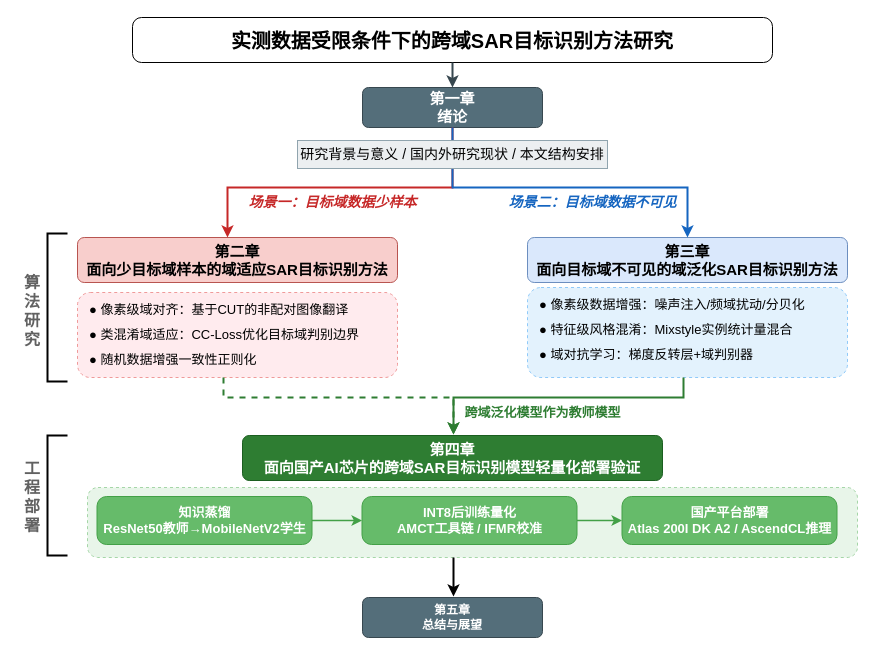
The draw.io diagram figures/论文结构图.drawio in swydefence/nudtpaper, before the edit. Source tidied: cells renumbered, new cells numbered last; positions are measured from the earlier drawing's top-left corner, leaving out a move shared by most shapes. Both pictures are drawn from the tidied source at 100%, with x=0, y=0 at pixel (17, 17).
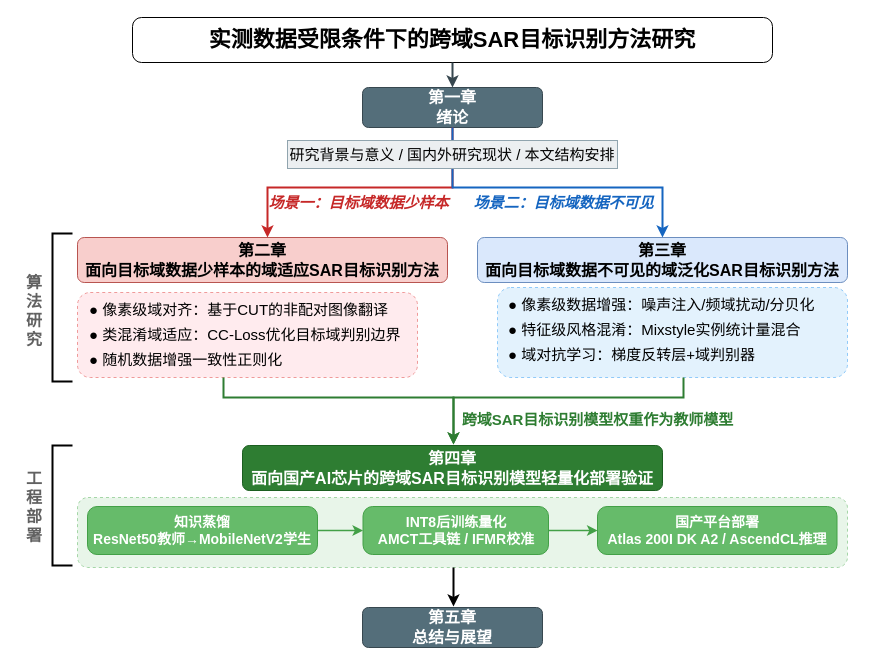
Above is the later version.

Diff of the diagram source:
```diff
@@
-    <mxCell id="2" value="&lt;font style=&quot;font-size: 20px;&quot;&gt;实测数据受限条件下的跨域SAR目标识别方法研究&lt;/font&gt;" style="rounded=1;whiteSpace=wrap;html=1;fontSize=14;fontStyle=1;arcSize=20;shadow=0;align=center;verticalAlign=middle;" parent="1" vertex="1">
+    <mxCell id="2" value="&lt;font style=&quot;font-size: 22px;&quot;&gt;实测数据受限条件下的跨域SAR目标识别方法研究&lt;/font&gt;" style="rounded=1;whiteSpace=wrap;html=1;fontSize=14;fontStyle=1;arcSize=20;shadow=0;align=center;verticalAlign=middle;" parent="1" vertex="1">
       <mxGeometry x="115" width="640" height="45" as="geometry" />
     </mxCell>
-    <mxCell id="3" value="&lt;font style=&quot;font-size: 15px;&quot;&gt;第一章&lt;br&gt;绪论&lt;/font&gt;" style="rounded=1;whiteSpace=wrap;html=1;fillColor=#546e7a;fontColor=#ffffff;strokeColor=#37474f;fontSize=12;fontStyle=1;arcSize=15;shadow=0;" parent="1" vertex="1">
+    <mxCell id="3" value="&lt;font style=&quot;font-size: 16px;&quot;&gt;第一章&lt;br&gt;绪论&lt;/font&gt;" style="rounded=1;whiteSpace=wrap;html=1;fillColor=#546e7a;fontColor=#ffffff;strokeColor=#37474f;fontSize=12;fontStyle=1;arcSize=15;shadow=0;" parent="1" vertex="1">
       <mxGeometry x="345" y="70" width="180" height="40" as="geometry" />
     </mxCell>
@@
-    <mxCell id="5" value="&lt;font style=&quot;font-size: 14px;&quot;&gt;场景一：目标域数据少样本&lt;/font&gt;" style="text;html=1;align=center;verticalAlign=middle;strokeColor=none;fillColor=none;fontSize=10;fontStyle=3;fontColor=#c62828;" parent="1" vertex="1">
-      <mxGeometry x="220" y="170" width="190" height="30" as="geometry" />
+    <mxCell id="5" value="&lt;font style=&quot;font-size: 15px;&quot;&gt;场景一：目标域数据少样本&lt;/font&gt;" style="text;html=1;align=center;verticalAlign=middle;strokeColor=none;fillColor=none;fontSize=10;fontStyle=3;fontColor=#c62828;" parent="1" vertex="1">
+      <mxGeometry x="241" y="170" width="200" height="30" as="geometry" />
     </mxCell>
-    <mxCell id="6" value="&lt;font style=&quot;font-size: 14px;&quot;&gt;场景二：目标域数据不可见&lt;/font&gt;" style="text;html=1;align=center;verticalAlign=middle;strokeColor=none;fillColor=none;fontSize=10;fontStyle=3;fontColor=#1565c0;" parent="1" vertex="1">
-      <mxGeometry x="480" y="170" width="190" height="30" as="geometry" />
+    <mxCell id="6" value="&lt;font style=&quot;font-size: 15px;&quot;&gt;场景二：目标域数据不可见&lt;/font&gt;" style="text;html=1;align=center;verticalAlign=middle;strokeColor=none;fillColor=none;fontSize=10;fontStyle=3;fontColor=#1565c0;" parent="1" vertex="1">
+      <mxGeometry x="446" y="170" width="200" height="30" as="geometry" />
     </mxCell>
-    <mxCell id="7" value="&lt;font style=&quot;font-size: 15px;&quot;&gt;第二章&lt;br&gt;面向少目标域样本的域适应SAR目标识别方法&lt;/font&gt;" style="rounded=1;whiteSpace=wrap;html=1;fillColor=#f8cecc;strokeColor=#b85450;fontSize=11;fontStyle=1;arcSize=15;shadow=0;" parent="1" vertex="1">
-      <mxGeometry x="60" y="220" width="320" height="45" as="geometry" />
+    <mxCell id="7" value="&lt;font style=&quot;font-size: 16px;&quot;&gt;第二章&lt;br&gt;面向目标域数据少样本的域适应SAR目标识别方法&lt;/font&gt;" style="rounded=1;whiteSpace=wrap;html=1;fillColor=#f8cecc;strokeColor=#b85450;fontSize=11;fontStyle=1;arcSize=15;shadow=0;" parent="1" vertex="1">
+      <mxGeometry x="60" y="220" width="370" height="45" as="geometry" />
     </mxCell>
     <mxCell id="8" style="edgeStyle=orthogonalEdgeStyle;rounded=0;jettySize=auto;html=1;strokeColor=#c62828;strokeWidth=2;" parent="1" edge="1" source="3" target="7">
       <mxGeometry relative="1" as="geometry">
         <Array as="points">
           <mxPoint x="435" y="170" />
-          <mxPoint x="210" y="170" />
+          <mxPoint x="250" y="170" />
         </Array>
       </mxGeometry>
     </mxCell>
-    <mxCell id="9" style="rounded=1;whiteSpace=wrap;html=1;fillColor=#ffebee;strokeColor=#ef9a9a;dashed=1;" parent="1" vertex="1">
-      <mxGeometry x="60" y="275" width="320" height="85" as="geometry" />
+    <mxCell id="9" style="rounded=1;whiteSpace=wrap;html=1;fillColor=#ffebee;strokeColor=#ef9a9a;dashed=1;fontSize=15;" parent="1" vertex="1">
+      <mxGeometry x="60" y="275" width="340" height="85" as="geometry" />
     </mxCell>
-    <mxCell id="10" value="&lt;font style=&quot;font-size: 13px;&quot;&gt;● 像素级域对齐：基于CUT的非配对图像翻译&lt;/font&gt;" style="text;html=1;align=left;verticalAlign=middle;strokeColor=none;fillColor=none;fontSize=10;" parent="1" vertex="1">
-      <mxGeometry x="70" y="277" width="280" height="30" as="geometry" />
+    <mxCell id="10" value="&lt;font style=&quot;font-size: 15px;&quot;&gt;● 像素级域对齐：基于CUT的非配对图像翻译&lt;/font&gt;" style="text;html=1;align=left;verticalAlign=middle;strokeColor=none;fillColor=none;fontSize=15;" parent="1" vertex="1">
+      <mxGeometry x="70" y="277" width="320" height="30" as="geometry" />
     </mxCell>
-    <mxCell id="11" value="&lt;font style=&quot;font-size: 13px;&quot;&gt;● 类混淆域适应：CC-Loss优化目标域判别边界&lt;/font&gt;" style="text;html=1;align=left;verticalAlign=middle;strokeColor=none;fillColor=none;fontSize=10;" parent="1" vertex="1">
-      <mxGeometry x="70" y="302" width="290" height="30" as="geometry" />
+    <mxCell id="11" value="&lt;font style=&quot;font-size: 15px;&quot;&gt;● 类混淆域适应：CC-Loss优化目标域判别边界&lt;/font&gt;" style="text;html=1;align=left;verticalAlign=middle;strokeColor=none;fillColor=none;fontSize=15;" parent="1" vertex="1">
+      <mxGeometry x="70" y="302" width="340" height="30" as="geometry" />
     </mxCell>
-    <mxCell id="12" value="&lt;font style=&quot;font-size: 13px;&quot;&gt;● 随机数据增强一致性正则化&lt;/font&gt;" style="text;html=1;align=left;verticalAlign=middle;strokeColor=none;fillColor=none;fontSize=10;" parent="1" vertex="1">
-      <mxGeometry x="70" y="327" width="190" height="30" as="geometry" />
+    <mxCell id="12" value="&lt;font style=&quot;font-size: 15px;&quot;&gt;● 随机数据增强一致性正则化&lt;/font&gt;" style="text;html=1;align=left;verticalAlign=middle;strokeColor=none;fillColor=none;fontSize=15;" parent="1" vertex="1">
+      <mxGeometry x="70" y="327" width="220" height="30" as="geometry" />
     </mxCell>
-    <mxCell id="13" value="&lt;font style=&quot;font-size: 15px;&quot;&gt;第三章&lt;br&gt;面向目标域不可见的域泛化SAR目标识别方法&lt;/font&gt;" style="rounded=1;whiteSpace=wrap;html=1;fillColor=#dae8fc;strokeColor=#6c8ebf;fontSize=11;fontStyle=1;arcSize=15;shadow=0;" parent="1" vertex="1">
-      <mxGeometry x="510" y="220" width="320" height="45" as="geometry" />
+    <mxCell id="13" value="&lt;font style=&quot;font-size: 16px;&quot;&gt;第三章&lt;br&gt;面向目标域数据不可见的域泛化SAR目标识别方法&lt;/font&gt;" style="rounded=1;whiteSpace=wrap;html=1;fillColor=#dae8fc;strokeColor=#6c8ebf;fontSize=11;fontStyle=1;arcSize=15;shadow=0;" parent="1" vertex="1">
+      <mxGeometry x="460" y="220" width="370" height="45" as="geometry" />
     </mxCell>
     <mxCell id="14" style="edgeStyle=orthogonalEdgeStyle;rounded=0;jettySize=auto;html=1;strokeColor=#1565c0;strokeWidth=2;" parent="1" edge="1" source="3" target="13">
       <mxGeometry relative="1" as="geometry">
         <Array as="points">
           <mxPoint x="435" y="170" />
-          <mxPoint x="670" y="170" />
+          <mxPoint x="645" y="170" />
         </Array>
       </mxGeometry>
     </mxCell>
-    <mxCell id="15" style="rounded=1;whiteSpace=wrap;html=1;fillColor=#e3f2fd;strokeColor=#90caf9;dashed=1;" parent="1" vertex="1">
-      <mxGeometry x="510" y="270" width="320" height="90" as="geometry" />
+    <mxCell id="15" style="rounded=1;whiteSpace=wrap;html=1;fillColor=#e3f2fd;strokeColor=#90caf9;dashed=1;fontSize=15;" parent="1" vertex="1">
+      <mxGeometry x="480" y="270" width="350" height="90" as="geometry" />
     </mxCell>
-    <mxCell id="16" value="&lt;font style=&quot;font-size: 13px;&quot;&gt;● 像素级数据增强：噪声注入/频域扰动/分贝化&lt;/font&gt;" style="text;html=1;align=left;verticalAlign=middle;strokeColor=none;fillColor=none;fontSize=10;" parent="1" vertex="1">
-      <mxGeometry x="520" y="272" width="290" height="30" as="geometry" />
+    <mxCell id="16" value="&lt;font style=&quot;font-size: 15px;&quot;&gt;● 像素级数据增强：噪声注入/频域扰动/分贝化&lt;/font&gt;" style="text;html=1;align=left;verticalAlign=middle;strokeColor=none;fillColor=none;fontSize=15;" parent="1" vertex="1">
+      <mxGeometry x="489" y="272" width="330" height="30" as="geometry" />
     </mxCell>
-    <mxCell id="17" value="&lt;font style=&quot;font-size: 13px;&quot;&gt;● 特征级风格混淆：Mixstyle实例统计量混合&lt;/font&gt;" style="text;html=1;align=left;verticalAlign=middle;strokeColor=none;fillColor=none;fontSize=10;" parent="1" vertex="1">
-      <mxGeometry x="520" y="297" width="280" height="30" as="geometry" />
+    <mxCell id="17" value="&lt;font style=&quot;font-size: 15px;&quot;&gt;● 特征级风格混淆：Mixstyle实例统计量混合&lt;/font&gt;" style="text;html=1;align=left;verticalAlign=middle;strokeColor=none;fillColor=none;fontSize=15;" parent="1" vertex="1">
+      <mxGeometry x="489" y="297" width="320" height="30" as="geometry" />
     </mxCell>
-    <mxCell id="18" value="&lt;font style=&quot;font-size: 13px;&quot;&gt;● 域对抗学习：梯度反转层+域判别器&lt;/font&gt;" style="text;html=1;align=left;verticalAlign=middle;strokeColor=none;fillColor=none;fontSize=10;" parent="1" vertex="1">
-      <mxGeometry x="520" y="322" width="240" height="30" as="geometry" />
+    <mxCell id="18" value="&lt;font style=&quot;font-size: 15px;&quot;&gt;● 域对抗学习：梯度反转层+域判别器&lt;/font&gt;" style="text;html=1;align=left;verticalAlign=middle;strokeColor=none;fillColor=none;fontSize=15;" parent="1" vertex="1">
+      <mxGeometry x="489" y="322" width="270" height="30" as="geometry" />
     </mxCell>
-    <mxCell id="19" value="&lt;b&gt;&lt;font style=&quot;font-style: normal; font-size: 13px;&quot;&gt;跨域泛化模型作为教师模型&lt;/font&gt;&lt;/b&gt;" style="text;html=1;align=center;verticalAlign=middle;strokeColor=none;fillColor=none;fontSize=10;fontStyle=2;fontColor=#2e7d32;" parent="1" vertex="1">
-      <mxGeometry x="435" y="380" width="180" height="30" as="geometry" />
+    <mxCell id="19" value="&lt;span style=&quot;font-style: normal;&quot;&gt;&lt;b style=&quot;&quot;&gt;&lt;font style=&quot;font-size: 15px;&quot;&gt;跨域SAR目标识别模型权重作为教师模型&lt;/font&gt;&lt;/b&gt;&lt;/span&gt;" style="text;html=1;align=center;verticalAlign=middle;strokeColor=none;fillColor=none;fontSize=10;fontStyle=2;fontColor=#2e7d32;" parent="1" vertex="1">
+      <mxGeometry x="430" y="387" width="300" height="30" as="geometry" />
     </mxCell>
-    <mxCell id="20" value="&lt;font style=&quot;font-size: 15px;&quot;&gt;第四章&lt;br&gt;面向国产AI芯片的跨域SAR目标识别模型轻量化部署验证&lt;/font&gt;" style="rounded=1;whiteSpace=wrap;html=1;fillColor=#2e7d32;fontColor=#ffffff;strokeColor=#1b5e20;fontSize=11;fontStyle=1;arcSize=15;shadow=0;" parent="1" vertex="1">
-      <mxGeometry x="225" y="418" width="420" height="45" as="geometry" />
+    <mxCell id="20" value="&lt;font style=&quot;font-size: 16px;&quot;&gt;第四章&lt;br&gt;面向国产AI芯片的跨域SAR目标识别模型轻量化部署验证&lt;/font&gt;" style="rounded=1;whiteSpace=wrap;html=1;fillColor=#2e7d32;fontColor=#ffffff;strokeColor=#1b5e20;fontSize=11;fontStyle=1;arcSize=15;shadow=0;" parent="1" vertex="1">
+      <mxGeometry x="225" y="428" width="420" height="45" as="geometry" />
     </mxCell>
-    <mxCell id="21" style="edgeStyle=orthogonalEdgeStyle;rounded=0;orthogonalLoop=1;jettySize=auto;html=1;strokeColor=#2e7d32;strokeWidth=2;dashed=1;" parent="1" edge="1">
+    <mxCell id="21" style="edgeStyle=orthogonalEdgeStyle;rounded=0;orthogonalLoop=1;jettySize=auto;html=1;strokeColor=#2e7d32;strokeWidth=2;" parent="1" edge="1">
       <mxGeometry relative="1" as="geometry">
         <mxPoint x="206" y="360" as="sourcePoint" />
-        <mxPoint x="436" y="417" as="targetPoint" />
+        <mxPoint x="436" y="427" as="targetPoint" />
         <Array as="points">
           <mxPoint x="206" y="380" />
           <mxPoint x="436" y="380" />
         </Array>
       </mxGeometry>
     </mxCell>
     <mxCell id="22" style="edgeStyle=orthogonalEdgeStyle;rounded=0;orthogonalLoop=1;jettySize=auto;html=1;strokeColor=#2e7d32;strokeWidth=2;" parent="1" edge="1">
       <mxGeometry relative="1" as="geometry">
         <mxPoint x="666" y="360" as="sourcePoint" />
-        <mxPoint x="436" y="417" as="targetPoint" />
+        <mxPoint x="436" y="427" as="targetPoint" />
         <Array as="points">
           <mxPoint x="666" y="380" />
           <mxPoint x="436" y="380" />
         </Array>
       </mxGeometry>
     </mxCell>
     <mxCell id="23" style="rounded=1;whiteSpace=wrap;html=1;fillColor=#e8f5e9;strokeColor=#a5d6a7;dashed=1;" parent="1" vertex="1">
-      <mxGeometry x="70" y="470" width="770" height="70" as="geometry" />
+      <mxGeometry x="60" y="480" width="770" height="70" as="geometry" />
     </mxCell>
-    <mxCell id="24" value="&lt;font style=&quot;font-size: 13px;&quot;&gt;知识蒸馏&lt;br&gt;&lt;font style=&quot;font-size: 13px;&quot;&gt;ResNet50教师→MobileNetV2学生&lt;/font&gt;&lt;/font&gt;" style="rounded=1;whiteSpace=wrap;html=1;fillColor=#66bb6a;fontColor=#ffffff;strokeColor=#43a047;fontSize=10;fontStyle=1;arcSize=20;shadow=0;" parent="1" vertex="1">
-      <mxGeometry x="79.5" y="479" width="215" height="48" as="geometry" />
+    <mxCell id="24" value="&lt;font style=&quot;font-size: 14px;&quot;&gt;知识蒸馏&lt;br&gt;&lt;font style=&quot;font-size: 14px;&quot;&gt;ResNet50教师→MobileNetV2学生&lt;/font&gt;&lt;/font&gt;" style="rounded=1;whiteSpace=wrap;html=1;fillColor=#66bb6a;fontColor=#ffffff;strokeColor=#43a047;fontSize=10;fontStyle=1;arcSize=20;shadow=0;" parent="1" vertex="1">
+      <mxGeometry x="70" y="489" width="230" height="48" as="geometry" />
     </mxCell>
-    <mxCell id="25" value="&lt;font style=&quot;font-size: 13px;&quot;&gt;INT8后训练量化&lt;br&gt;&lt;font style=&quot;font-size: 13px;&quot;&gt;AMCT工具链 / IFMR校准&lt;/font&gt;&lt;/font&gt;" style="rounded=1;whiteSpace=wrap;html=1;fillColor=#66bb6a;fontColor=#ffffff;strokeColor=#43a047;fontSize=10;fontStyle=1;arcSize=20;shadow=0;" parent="1" vertex="1">
-      <mxGeometry x="344.5" y="479" width="215" height="48" as="geometry" />
+    <mxCell id="25" value="&lt;font style=&quot;font-size: 14px;&quot;&gt;INT8后训练量化&lt;br&gt;&lt;font style=&quot;font-size: 14px;&quot;&gt;AMCT工具链 / IFMR校准&lt;/font&gt;&lt;/font&gt;" style="rounded=1;whiteSpace=wrap;html=1;fillColor=#66bb6a;fontColor=#ffffff;strokeColor=#43a047;fontSize=10;fontStyle=1;arcSize=20;shadow=0;" parent="1" vertex="1">
+      <mxGeometry x="345.5" y="489" width="185.5" height="48" as="geometry" />
     </mxCell>
-    <mxCell id="26" value="&lt;font style=&quot;font-size: 13px;&quot;&gt;国产平台部署&lt;br&gt;&lt;font style=&quot;font-size: 13px;&quot;&gt;Atlas 200I DK A2 / AscendCL推理&lt;/font&gt;&lt;/font&gt;" style="rounded=1;whiteSpace=wrap;html=1;fillColor=#66bb6a;fontColor=#ffffff;strokeColor=#43a047;fontSize=10;fontStyle=1;arcSize=20;shadow=0;" parent="1" vertex="1">
-      <mxGeometry x="604.5" y="479" width="215" height="48" as="geometry" />
+    <mxCell id="26" value="&lt;font style=&quot;font-size: 14px;&quot;&gt;国产平台部署&lt;br&gt;&lt;font style=&quot;font-size: 14px;&quot;&gt;Atlas 200I DK A2 / AscendCL推理&lt;/font&gt;&lt;/font&gt;" style="rounded=1;whiteSpace=wrap;html=1;fillColor=#66bb6a;fontColor=#ffffff;strokeColor=#43a047;fontSize=10;fontStyle=1;arcSize=20;shadow=0;" parent="1" vertex="1">
+      <mxGeometry x="580" y="489" width="239.5" height="48" as="geometry" />
     </mxCell>
@@
-    <mxCell id="28" style="edgeStyle=orthogonalEdgeStyle;rounded=0;jettySize=auto;html=1;strokeColor=#43a047;strokeWidth=1.5;entryX=0;entryY=0.5;entryDx=0;entryDy=0;exitX=1;exitY=0.5;exitDx=0;exitDy=0;" parent="1" edge="1" source="25">
-      <mxGeometry relative="1" as="geometry">
-        <mxPoint x="604.5" y="503" as="targetPoint" />
-      </mxGeometry>
+    <mxCell id="28" style="edgeStyle=orthogonalEdgeStyle;rounded=0;jettySize=auto;html=1;strokeColor=#43a047;strokeWidth=1.5;entryX=0;entryY=0.5;entryDx=0;entryDy=0;exitX=1;exitY=0.5;exitDx=0;exitDy=0;" parent="1" edge="1" source="25" target="26">
+      <mxGeometry relative="1" as="geometry" />
     </mxCell>
-    <mxCell id="29" value="第五章&lt;br&gt;总结与展望" style="rounded=1;whiteSpace=wrap;html=1;fillColor=#546e7a;fontColor=#ffffff;strokeColor=#37474f;fontSize=12;fontStyle=1;arcSize=15;shadow=0;" parent="1" vertex="1">
-      <mxGeometry x="345" y="580" width="180" height="40" as="geometry" />
+    <mxCell id="29" value="&lt;font style=&quot;font-size: 16px;&quot;&gt;第五章&lt;br&gt;总结与展望&lt;/font&gt;" style="rounded=1;whiteSpace=wrap;html=1;fillColor=#546e7a;fontColor=#ffffff;strokeColor=#37474f;fontSize=12;fontStyle=1;arcSize=15;shadow=0;" parent="1" vertex="1">
+      <mxGeometry x="345" y="590" width="180" height="40" as="geometry" />
     </mxCell>
     <mxCell id="30" value="算&#10;法&#10;研&#10;究" style="text;html=0;align=center;verticalAlign=middle;strokeColor=none;fillColor=none;fontSize=16;fontStyle=1;fontColor=#616161;" parent="1" vertex="1">
-      <mxGeometry y="232" width="30" height="120" as="geometry" />
+      <mxGeometry x="2" y="232" width="30" height="120" as="geometry" />
     </mxCell>
     <mxCell id="31" value="工&#10;程&#10;部&#10;署" style="text;html=0;align=center;verticalAlign=middle;strokeColor=none;fillColor=none;fontSize=16;fontStyle=1;fontColor=#616161;" parent="1" vertex="1">
-      <mxGeometry y="433" width="30" height="90" as="geometry" />
+      <mxGeometry x="2" y="443" width="30" height="90" as="geometry" />
     </mxCell>
-    <mxCell id="32" value="&lt;font style=&quot;font-size: 14px;&quot;&gt;研究背景与意义 / 国内外研究现状 / 本文结构安排&lt;/font&gt;" style="rounded=0;whiteSpace=wrap;html=1;fillColor=#eceff1;strokeColor=#90a4ae;fontSize=10;align=center;verticalAlign=middle;" parent="1" vertex="1">
-      <mxGeometry x="280" y="123" width="310" height="28" as="geometry" />
+    <mxCell id="32" value="&lt;font style=&quot;font-size: 15px;&quot;&gt;研究背景与意义 / 国内外研究现状 / 本文结构安排&lt;/font&gt;" style="rounded=0;whiteSpace=wrap;html=1;fillColor=#eceff1;strokeColor=#90a4ae;fontSize=10;align=center;verticalAlign=middle;" parent="1" vertex="1">
+      <mxGeometry x="270" y="123" width="330" height="28" as="geometry" />
     </mxCell>
     <mxCell id="33" style="strokeWidth=2;html=1;shape=mxgraph.flowchart.annotation_1;align=left;" parent="1" vertex="1">
-      <mxGeometry x="30" y="216" width="20" height="148" as="geometry" />
+      <mxGeometry x="35" y="216" width="20" height="148" as="geometry" />
     </mxCell>
     <mxCell id="34" style="strokeWidth=2;html=1;shape=mxgraph.flowchart.annotation_1;align=left;" parent="1" vertex="1">
-      <mxGeometry x="30" y="418" width="20" height="120" as="geometry" />
+      <mxGeometry x="35" y="428" width="20" height="120" as="geometry" />
     </mxCell>
     <mxCell id="35" style="edgeStyle=orthogonalEdgeStyle;rounded=0;orthogonalLoop=1;jettySize=auto;html=1;entryX=0.542;entryY=-0.05;entryDx=0;entryDy=0;entryPerimeter=0;strokeWidth=2;" parent="1" edge="1">
       <mxGeometry relative="1" as="geometry">
-        <mxPoint x="436" y="540" as="sourcePoint" />
-        <mxPoint x="436" y="579" as="targetPoint" />
+        <mxPoint x="436" y="550" as="sourcePoint" />
+        <mxPoint x="436" y="589" as="targetPoint" />
       </mxGeometry>
     </mxCell>
```
